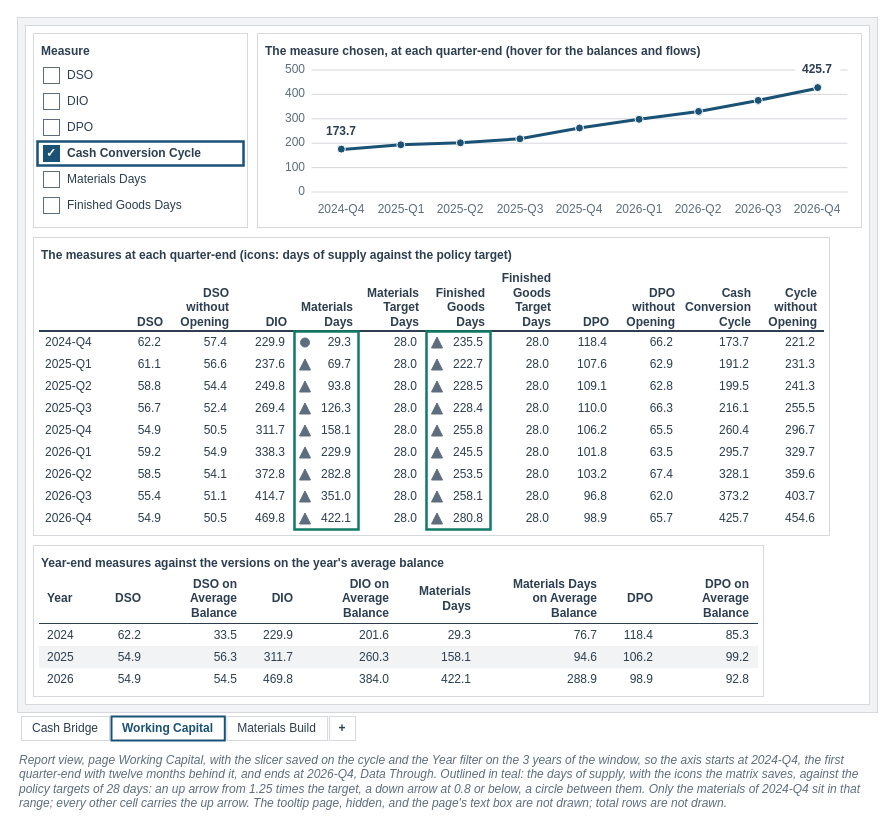
Earlier version of the draw.io diagram facts/instructor/figures/case-part-4/IF-C4-3-A.drawio (mmcodesso/Accounting_Analytics_Book). Source tidied: cells renumbered, new cells numbered last; positions are measured from the earlier drawing's top-left corner, leaving out a move shared by most shapes. Both pictures are drawn from the tidied source at 100%, with x=0, y=0 at pixel (17, 17).
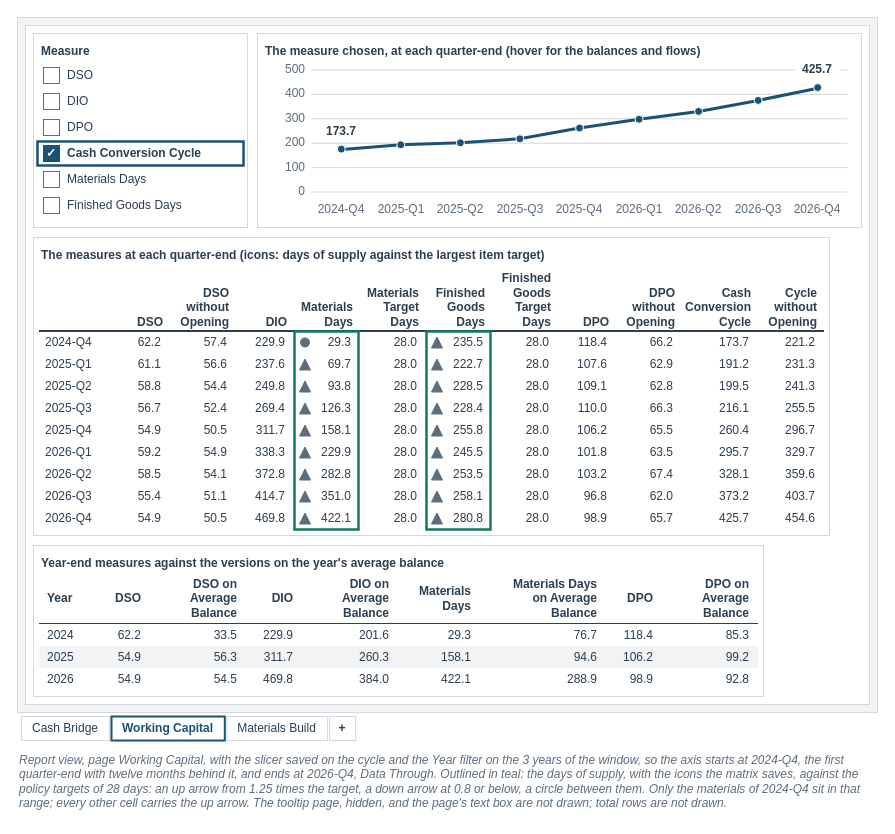
The same diagram, later.

Diff of the diagram source:
```diff
@@
-    <mxCell id="57" value="&lt;b&gt;The measures at each quarter-end (icons: days of supply against the policy target)&lt;/b&gt;" style="text;html=1;whiteSpace=wrap;align=left;verticalAlign=top;fontSize=12;fontColor=#2C3E50;fontStyle=0;fontFamily=Helvetica;spacing=2;fillColor=none;strokeColor=none;" parent="1" vertex="1">
+    <mxCell id="57" value="&lt;b&gt;The measures at each quarter-end (icons: days of supply against the largest item target)&lt;/b&gt;" style="text;html=1;whiteSpace=wrap;align=left;verticalAlign=top;fontSize=12;fontColor=#2C3E50;fontStyle=0;fontFamily=Helvetica;spacing=2;fillColor=none;strokeColor=none;" parent="1" vertex="1">
       <mxGeometry x="22" y="224" width="784" height="20" as="geometry" />
     </mxCell>
```
